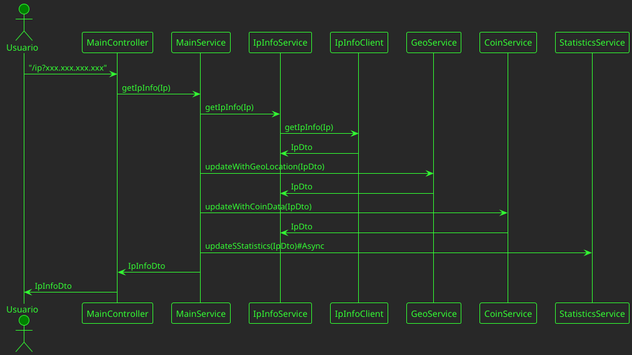
Before: docs/Ip-consult.png, a diagram exported from PlantUML (AmayaSantos/Ip-App). Source of this version:
```plantuml
@startuml
        !theme crt-green from https://raw.githubusercontent.com/plantuml/plantuml/master/themes

        actor Usuario #green

        participant MainController
        participant MainService

        participant IpInfoService
        participant IpInfoClient

        participant GeoService
        participant CoinService

        participant StatisticsService

        Usuario ->MainController: "/ip?xxx.xxx.xxx.xxx"

        MainController->MainService: getIpInfo(Ip)

        MainService->IpInfoService: getIpInfo(Ip)


        IpInfoService-> IpInfoClient: getIpInfo(Ip)

        IpInfoService<- IpInfoClient: IpDto


        MainService->GeoService: updateWithGeoLocation(IpDto)

        IpInfoService<- GeoService: IpDto


        MainService->CoinService: updateWithCoinData(IpDto)

        IpInfoService<- CoinService: IpDto


        MainService->StatisticsService: updateSStatistics(IpDto)#Async

        MainController<-MainService: IpInfoDto
        Usuario <-MainController: IpInfoDto

        @enduml
```
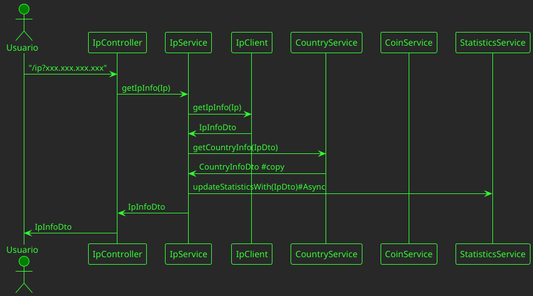
The same file after the commit.

Commit message:
update Sequence Diagram

What changed in the source:
```diff
@@ -3,42 +3,30 @@
 
         actor Usuario #green
 
-        participant MainController
-        participant MainService
+        participant IpController
+        participant IpService
 
-        participant IpInfoService
-        participant IpInfoClient
+        participant IpClient
 
-        participant GeoService
+        participant CountryService
         participant CoinService
 
         participant StatisticsService
 
-        Usuario ->MainController: "/ip?xxx.xxx.xxx.xxx"
+        Usuario -> IpController: "/ip?xxx.xxx.xxx.xxx"
 
-        MainController->MainService: getIpInfo(Ip)
+        IpController->IpService: getIpInfo(Ip)
 
-        MainService->IpInfoService: getIpInfo(Ip)
+        IpService-> IpClient: getIpInfo(Ip)
 
+        IpService<-IpClient: IpInfoDto
 
-        IpInfoService-> IpInfoClient: getIpInfo(Ip)
+        IpService->CountryService: getCountryInfo(IpDto)
+        IpService<-CountryService: CountryInfoDto #copy
 
-        IpInfoService<- IpInfoClient: IpDto
+        IpService->StatisticsService: updateStatisticsWith(IpDto)#Async
 
-
-        MainService->GeoService: updateWithGeoLocation(IpDto)
-
-        IpInfoService<- GeoService: IpDto
-
-
-        MainService->CoinService: updateWithCoinData(IpDto)
-
-        IpInfoService<- CoinService: IpDto
-
-
-        MainService->StatisticsService: updateSStatistics(IpDto)#Async
-
-        MainController<-MainService: IpInfoDto
-        Usuario <-MainController: IpInfoDto
+        IpController<-IpService: IpInfoDto
+        Usuario <-IpController: IpInfoDto
 
         @enduml
```
